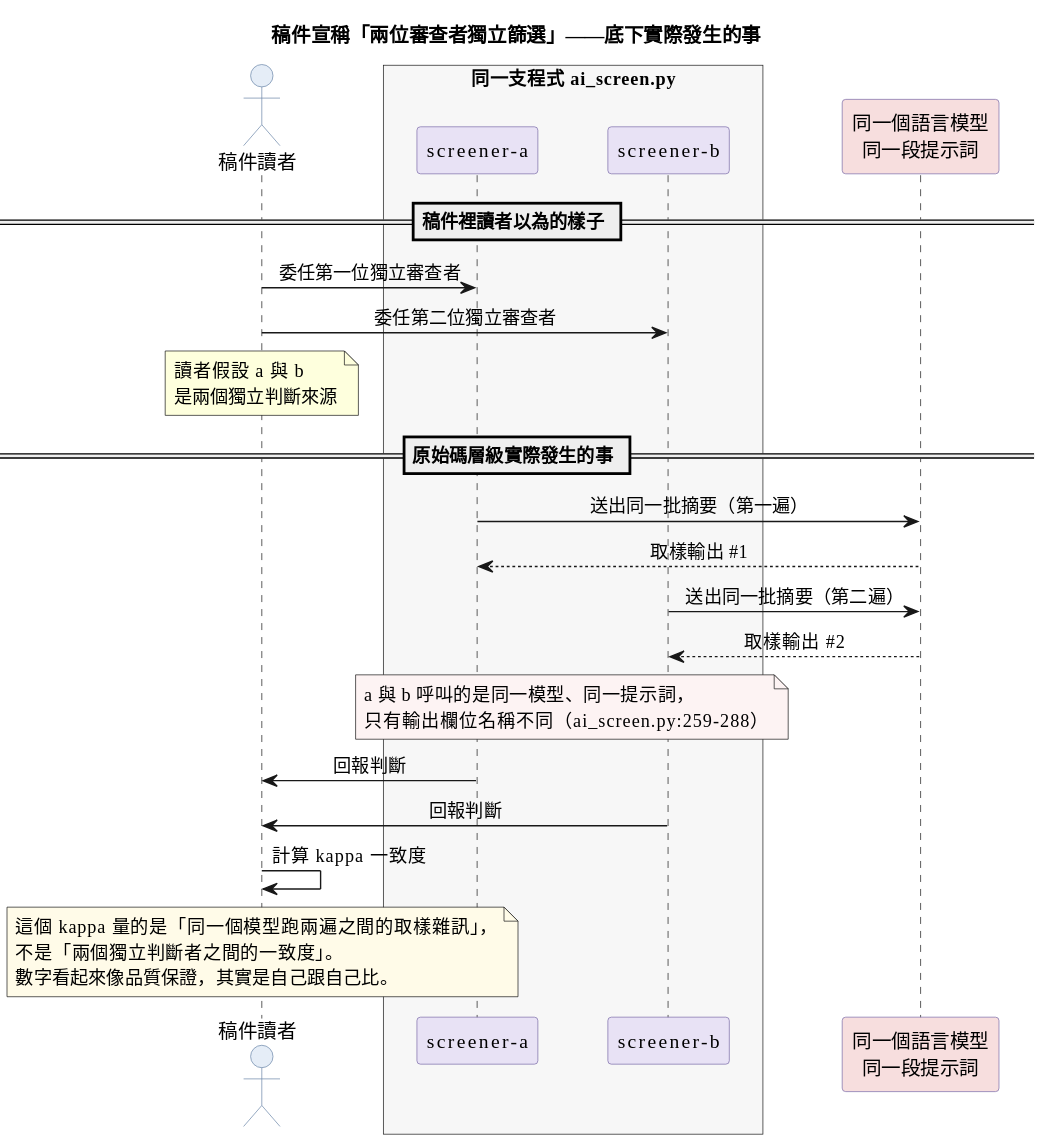
htlin222/agent-in-ebm keeps this PlantUML diagram as figures/fig05.svg. Above is the earlier version. Its diagram source:
```plantuml
@startuml

skinparam backgroundColor white
skinparam defaultFontName "PingFang TC"
skinparam sequenceMessageAlign center
skinparam ParticipantPadding 20
skinparam BoxPadding 10

skinparam participant {
  BorderColor #7a6aa8
  BackgroundColor #e8e2f5
}
skinparam actor {
  BorderColor #6a86a8
  BackgroundColor #e5edf7
}

title 稿件宣稱「兩位審查者獨立篩選」——底下實際發生的事

actor "稿件讀者" as reader

box "同一支程式 ai_screen.py" #f7f7f7
  participant "screener-a" as a
  participant "screener-b" as b
end box

participant "同一個語言模型\n同一段提示詞" as model #f7dede

== 稿件裡讀者以為的樣子 ==
reader -> a : 委任第一位獨立審查者
reader -> b : 委任第二位獨立審查者
note over reader : 讀者假設 a 與 b\n是兩個獨立判斷來源

== 原始碼層級實際發生的事 ==
a -> model : 送出同一批摘要（第一遍）
model --> a : 取樣輸出 #1
b -> model : 送出同一批摘要（第二遍）
model --> b : 取樣輸出 #2

note over a, b #fdf3f3
  a 與 b 呼叫的是同一模型、同一提示詞，
  只有輸出欄位名稱不同（ai_screen.py:259-288）
end note

a -> reader : 回報判斷
b -> reader : 回報判斷
reader -> reader : 計算 kappa 一致度

note over reader #fffbe8
  這個 kappa 量的是「同一個模型跑兩遍之間的取樣雜訊」，
  不是「兩個獨立判斷者之間的一致度」。
  數字看起來像品質保證，其實是自己跟自己比。
end note
@enduml
```
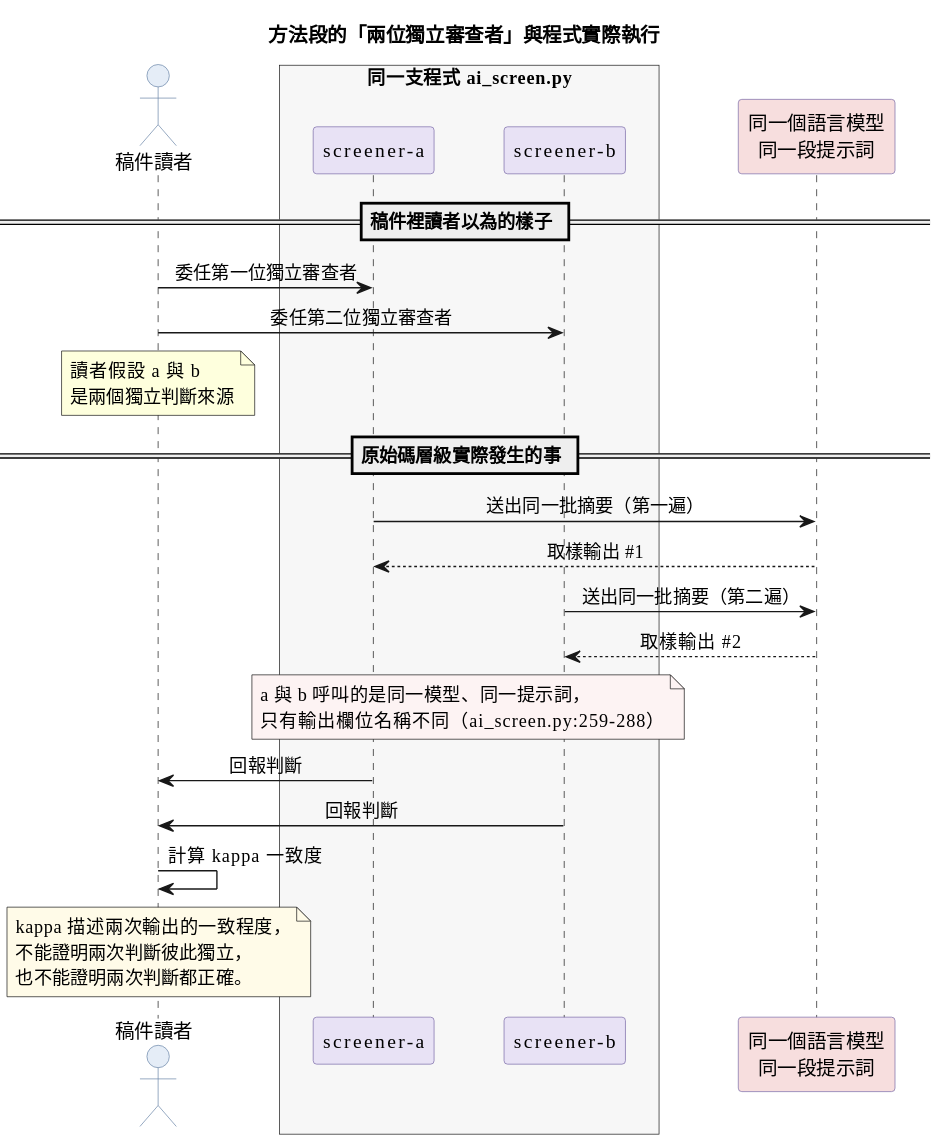
The same diagram one commit later.

What changed in the source:
```diff
@@ -15,7 +15,7 @@
   BackgroundColor #e5edf7
 }
 
-title 稿件宣稱「兩位審查者獨立篩選」——底下實際發生的事
+title 方法段的「兩位獨立審查者」與程式實際執行
 
 actor "稿件讀者" as reader
 
@@ -47,8 +47,8 @@
 reader -> reader : 計算 kappa 一致度
 
 note over reader #fffbe8
-  這個 kappa 量的是「同一個模型跑兩遍之間的取樣雜訊」，
-  不是「兩個獨立判斷者之間的一致度」。
-  數字看起來像品質保證，其實是自己跟自己比。
+  kappa 描述兩次輸出的一致程度，
+  不能證明兩次判斷彼此獨立，
+  也不能證明兩次判斷都正確。
 end note
 @enduml
```
